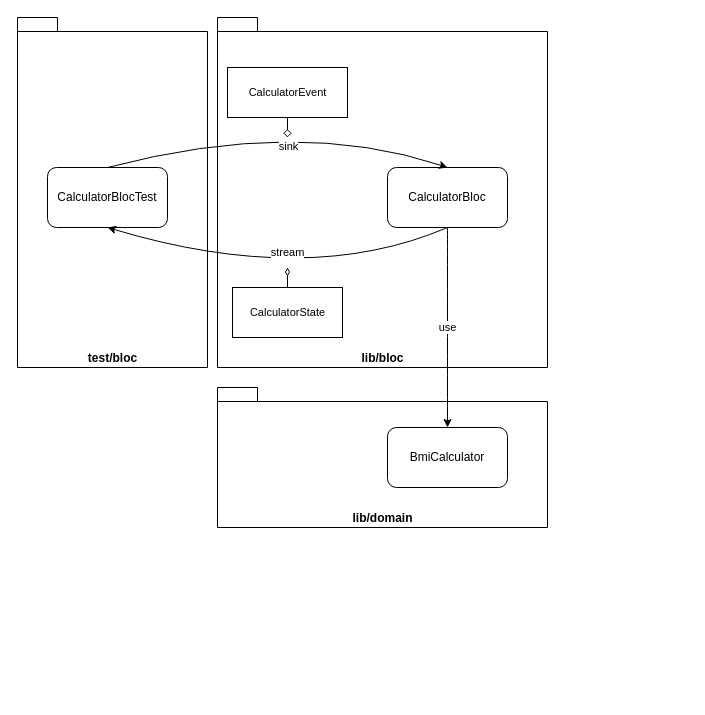
Above: diagrams/bmi-calculator-bloc-test.drawio in nikkijuk/bmi-calculator-app (draw.io), before the change. Source tidied: cells renumbered, new cells numbered last; positions are measured from the earlier drawing's top-left corner, leaving out a move shared by most shapes. Both pictures are drawn from the tidied source at 100%, with x=0, y=0 at pixel (17, 17).
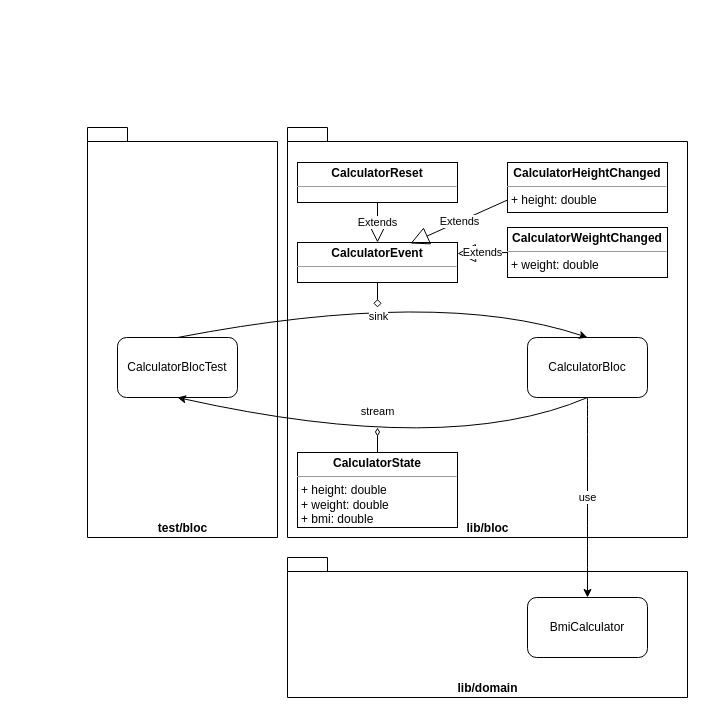
After the change.

Commit message (it also covers changes not shown here):
clarified diagrams

What changed in the source:
```diff
@@
     <mxCell id="2" value="test/bloc" style="shape=folder;fontStyle=1;spacingTop=10;tabWidth=40;tabHeight=14;tabPosition=left;html=1;verticalAlign=bottom;" parent="1" vertex="1">
-      <mxGeometry width="190" height="350" as="geometry" />
+      <mxGeometry x="70" y="110" width="190" height="410" as="geometry" />
     </mxCell>
     <mxCell id="3" value="lib/bloc" style="shape=folder;fontStyle=1;spacingTop=10;tabWidth=40;tabHeight=14;tabPosition=left;html=1;verticalAlign=bottom;" parent="1" vertex="1">
-      <mxGeometry x="200" width="330" height="350" as="geometry" />
+      <mxGeometry x="270" y="110" width="400" height="410" as="geometry" />
     </mxCell>
     <mxCell id="4" value="lib/domain" style="shape=folder;fontStyle=1;spacingTop=10;tabWidth=40;tabHeight=14;tabPosition=left;html=1;verticalAlign=bottom;" parent="1" vertex="1">
-      <mxGeometry x="200" y="370" width="330" height="140" as="geometry" />
+      <mxGeometry x="270" y="540" width="400" height="140" as="geometry" />
     </mxCell>
     <mxCell id="5" value="CalculatorBlocTest" style="rounded=1;whiteSpace=wrap;html=1;" parent="1" vertex="1">
-      <mxGeometry x="30" y="150" width="120" height="60" as="geometry" />
+      <mxGeometry x="100" y="320" width="120" height="60" as="geometry" />
     </mxCell>
     <mxCell id="6" value="CalculatorBloc" style="rounded=1;whiteSpace=wrap;html=1;" parent="1" vertex="1">
-      <mxGeometry x="370" y="150" width="120" height="60" as="geometry" />
+      <mxGeometry x="510" y="320" width="120" height="60" as="geometry" />
     </mxCell>
     <mxCell id="7" style="curved=1;endArrow=classic;html=1;exitX=0.5;exitY=0;exitDx=0;exitDy=0;entryX=0.5;entryY=0;entryDx=0;entryDy=0;" parent="1" edge="1" source="5" target="6">
       <mxGeometry relative="1" as="geometry">
         <Array as="points">
-          <mxPoint x="280" y="100" />
+          <mxPoint x="420" y="270" />
         </Array>
       </mxGeometry>
     </mxCell>
     <mxCell id="8" value="sink" style="edgeLabel;html=1;align=center;verticalAlign=middle;" parent="7" vertex="1">
       <mxGeometry x="-0.12" y="-19" relative="1" as="geometry">
-        <mxPoint x="25.3" as="offset" />
+        <mxPoint x="14.7" y="-5" as="offset" />
       </mxGeometry>
     </mxCell>
     <mxCell id="9" style="curved=1;endArrow=classic;html=1;exitX=0.5;exitY=1;exitDx=0;exitDy=0;entryX=0.5;entryY=1;entryDx=0;entryDy=0;" parent="1" edge="1" source="6" target="5">
       <mxGeometry relative="1" as="geometry">
         <Array as="points">
-          <mxPoint x="290" y="270" />
+          <mxPoint x="430" y="440" />
         </Array>
       </mxGeometry>
     </mxCell>
     <mxCell id="10" value="stream" style="edgeLabel;html=1;align=center;verticalAlign=middle;" parent="9" vertex="1">
       <mxGeometry x="0.07" y="-25" relative="1" as="geometry">
-        <mxPoint x="10.8" as="offset" />
+        <mxPoint x="-0.6" y="-5" as="offset" />
       </mxGeometry>
     </mxCell>
     <mxCell id="11" value="BmiCalculator" style="rounded=1;whiteSpace=wrap;html=1;" parent="1" vertex="1">
-      <mxGeometry x="370" y="410" width="120" height="60" as="geometry" />
+      <mxGeometry x="510" y="580" width="120" height="60" as="geometry" />
     </mxCell>
@@
-    <mxCell id="13" value="&lt;span style=&quot;font-size: 11px ; background-color: rgb(255 , 255 , 255)&quot;&gt;CalculatorEvent&lt;/span&gt;" style="html=1;" parent="1" vertex="1">
-      <mxGeometry x="210" y="50" width="120" height="50" as="geometry" />
-    </mxCell>
-    <mxCell id="14" value="&lt;span style=&quot;font-size: 11px ; background-color: rgb(255 , 255 , 255)&quot;&gt;CalculatorState&lt;/span&gt;" style="html=1;" parent="1" vertex="1">
-      <mxGeometry x="215" y="270" width="110" height="50" as="geometry" />
-    </mxCell>
     <mxCell id="15" style="endArrow=none;endFill=0;endSize=12;html=1;entryX=0.5;entryY=1;entryDx=0;entryDy=0;startArrow=diamond;startFill=0;" parent="1" edge="1" target="13">
       <mxGeometry relative="1" as="geometry">
-        <mxPoint x="270" y="120" as="sourcePoint" />
+        <mxPoint x="360" y="290" as="sourcePoint" />
       </mxGeometry>
     </mxCell>
-    <mxCell id="16" style="endArrow=none;endFill=0;endSize=12;html=1;entryX=0.5;entryY=0;entryDx=0;entryDy=0;startArrow=diamondThin;startFill=0;" parent="1" edge="1" target="14">
+    <mxCell id="16" style="endArrow=none;endFill=0;endSize=12;html=1;entryX=0.5;entryY=0;entryDx=0;entryDy=0;startArrow=diamondThin;startFill=0;" parent="1" edge="1" target="23">
       <mxGeometry relative="1" as="geometry">
-        <mxPoint x="270" y="250" as="sourcePoint" />
+        <mxPoint x="360" y="410" as="sourcePoint" />
       </mxGeometry>
     </mxCell>
+    <mxCell id="13" value="&lt;p style=&quot;margin: 0px ; margin-top: 4px ; text-align: center&quot;&gt;&lt;b&gt;CalculatorEvent&lt;/b&gt;&lt;/p&gt;&lt;hr size=&quot;1&quot;&gt;&lt;p style=&quot;margin: 0px ; margin-left: 4px&quot;&gt;&lt;br&gt;&lt;/p&gt;" style="verticalAlign=top;align=left;overflow=fill;fontSize=12;fontFamily=Helvetica;html=1;" parent="1" vertex="1">
+      <mxGeometry x="280" y="225" width="160" height="40" as="geometry" />
+    </mxCell>
+    <mxCell id="17" value="&lt;p style=&quot;margin: 0px ; margin-top: 4px ; text-align: center&quot;&gt;&lt;b&gt;CalculatorReset&lt;/b&gt;&lt;/p&gt;&lt;hr size=&quot;1&quot;&gt;&lt;p style=&quot;margin: 0px ; margin-left: 4px&quot;&gt;&lt;br&gt;&lt;/p&gt;" style="verticalAlign=top;align=left;overflow=fill;fontSize=12;fontFamily=Helvetica;html=1;" parent="1" vertex="1">
+      <mxGeometry x="280" y="145" width="160" height="40" as="geometry" />
+    </mxCell>
+    <mxCell id="18" value="Extends" style="endArrow=block;endSize=16;endFill=0;html=1;" parent="1" edge="1" source="17" target="13">
+      <mxGeometry relative="1" as="geometry" />
+    </mxCell>
+    <mxCell id="19" value="&lt;p style=&quot;margin: 0px ; margin-top: 4px ; text-align: center&quot;&gt;&lt;b&gt;CalculatorHeightChanged&lt;/b&gt;&lt;/p&gt;&lt;hr size=&quot;1&quot;&gt;&lt;p style=&quot;margin: 0px ; margin-left: 4px&quot;&gt;+ height: double&lt;/p&gt;" style="verticalAlign=top;align=left;overflow=fill;fontSize=12;fontFamily=Helvetica;html=1;" parent="1" vertex="1">
+      <mxGeometry x="490" y="145" width="160" height="50" as="geometry" />
+    </mxCell>
+    <mxCell id="20" value="&lt;p style=&quot;margin: 0px ; margin-top: 4px ; text-align: center&quot;&gt;&lt;b&gt;CalculatorWeightChanged&lt;/b&gt;&lt;/p&gt;&lt;hr size=&quot;1&quot;&gt;&lt;p style=&quot;margin: 0px ; margin-left: 4px&quot;&gt;+ weight: double&lt;/p&gt;" style="verticalAlign=top;align=left;overflow=fill;fontSize=12;fontFamily=Helvetica;html=1;" parent="1" vertex="1">
+      <mxGeometry x="490" y="210" width="160" height="50" as="geometry" />
+    </mxCell>
+    <mxCell id="21" value="Extends" style="endArrow=block;endSize=16;endFill=0;html=1;exitX=0;exitY=0.75;exitDx=0;exitDy=0;entryX=0.706;entryY=0.025;entryDx=0;entryDy=0;entryPerimeter=0;" parent="1" edge="1" source="19" target="13">
+      <mxGeometry relative="1" as="geometry" />
+    </mxCell>
+    <mxCell id="22" value="Extends" style="endArrow=block;endSize=16;endFill=0;html=1;exitX=0;exitY=0.5;exitDx=0;exitDy=0;" parent="1" edge="1" source="20">
+      <mxGeometry relative="1" as="geometry">
+        <mxPoint x="440" y="236" as="targetPoint" />
+      </mxGeometry>
+    </mxCell>
+    <mxCell id="23" value="&lt;p style=&quot;margin: 0px ; margin-top: 4px ; text-align: center&quot;&gt;&lt;b&gt;CalculatorState&lt;/b&gt;&lt;/p&gt;&lt;hr size=&quot;1&quot;&gt;&lt;p style=&quot;margin: 0px ; margin-left: 4px&quot;&gt;+ height: double&lt;/p&gt;&lt;p style=&quot;margin: 0px ; margin-left: 4px&quot;&gt;+ weight: double&lt;/p&gt;&lt;p style=&quot;margin: 0px ; margin-left: 4px&quot;&gt;+ bmi: double&lt;/p&gt;" style="verticalAlign=top;align=left;overflow=fill;fontSize=12;fontFamily=Helvetica;html=1;" parent="1" vertex="1">
+      <mxGeometry x="280" y="435" width="160" height="75" as="geometry" />
+    </mxCell>
```
